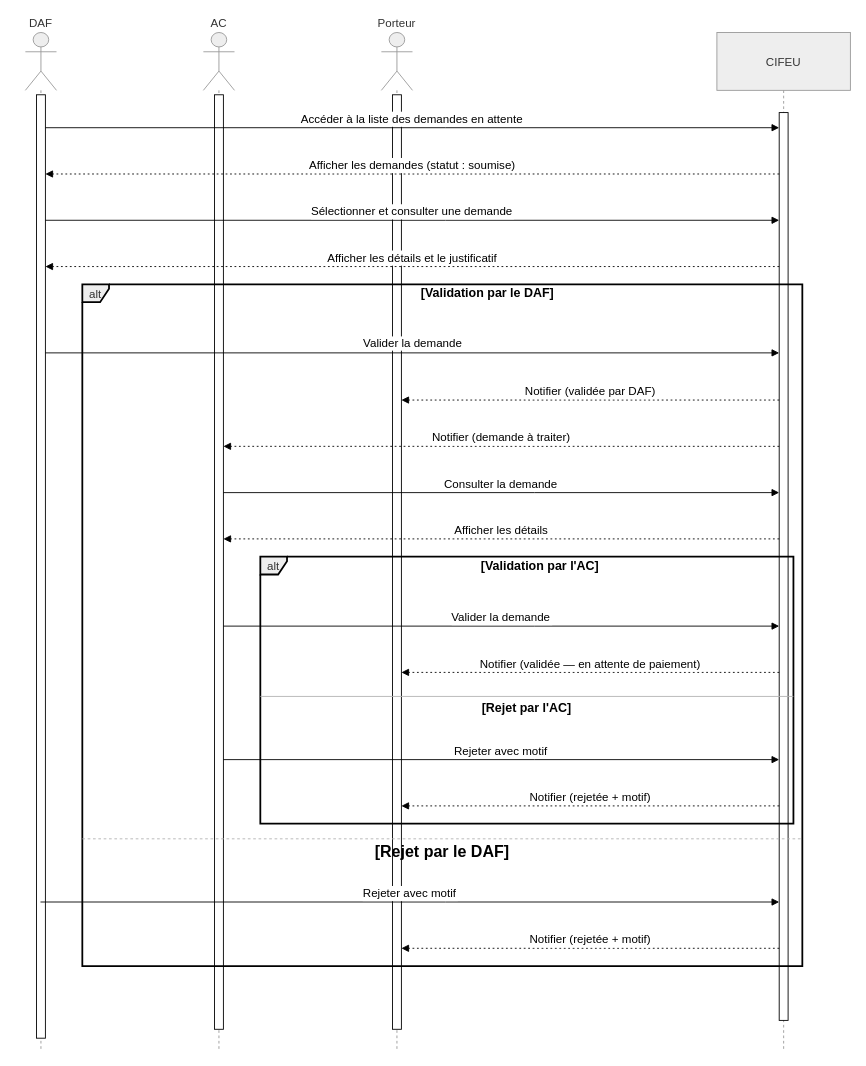
Above: rapport/graphe/sequence/Traiter une demande de dépense.drawio in CheickOuedraogo/stage (draw.io), before the change. Source tidied: cells renumbered, new cells numbered last; positions are measured from the earlier drawing's top-left corner, leaving out a move shared by most shapes. Both pictures are drawn from the tidied source at 89%, with x=0, y=0 at pixel (25, 32).
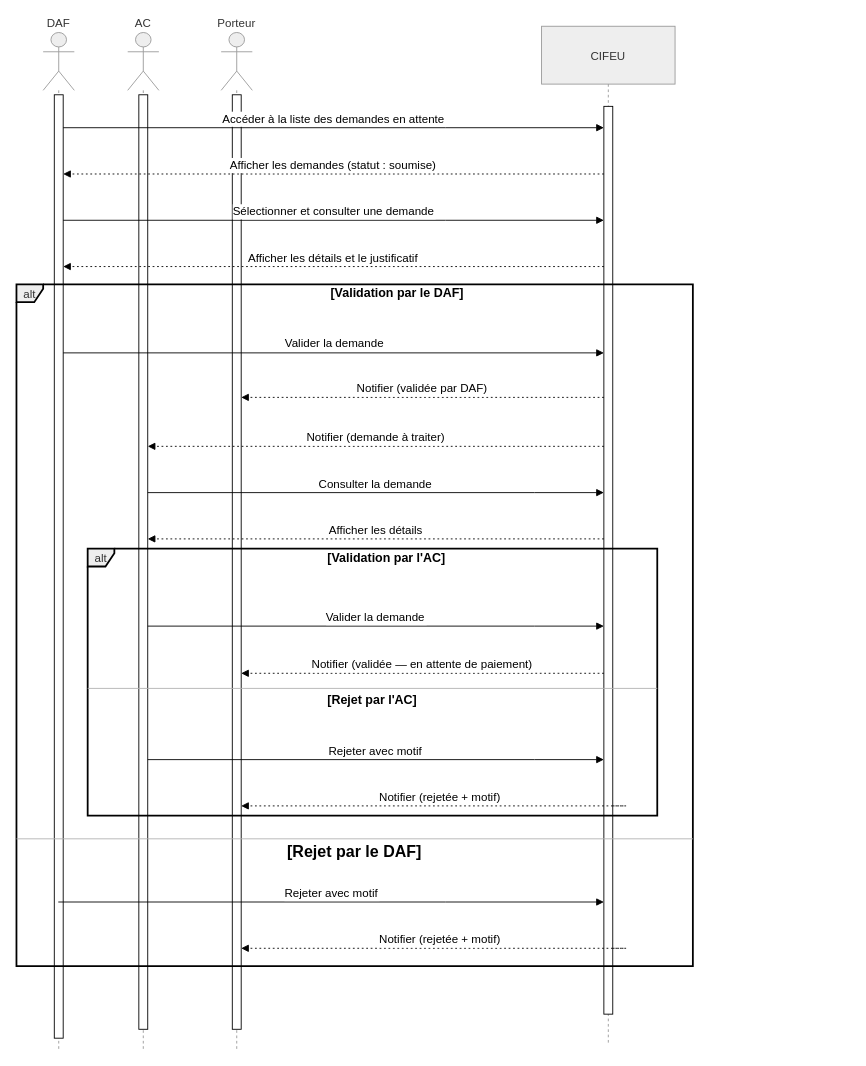
Above is the later version.

The change refers to these unchanged cells:
```xml
<mxCell id="3" style="html=1;points=[[0,0,0,0,5],[0,1,0,0,-5],[1,0,0,0,5],[1,1,0,0,-5]];perimeter=orthogonalPerimeter;outlineConnect=0;targetShapes=umlLifeline;portConstraint=eastwest;newEdgeStyle={&quot;curved&quot;:0,&quot;rounded&quot;:0};fontSize=13;" parent="2" vertex="1">
  <mxGeometry x="12.5" y="70" width="10" height="1060" as="geometry" />
</mxCell>
<mxCell id="7" style="html=1;points=[[0,0,0,0,5],[0,1,0,0,-5],[1,0,0,0,5],[1,1,0,0,-5]];perimeter=orthogonalPerimeter;outlineConnect=0;targetShapes=umlLifeline;portConstraint=eastwest;newEdgeStyle={&quot;curved&quot;:0,&quot;rounded&quot;:0};fontSize=13;" parent="6" vertex="1">
  <mxGeometry x="12.5" y="70" width="10" height="1050" as="geometry" />
</mxCell>
<mxCell id="9" style="html=1;points=[[0,0,0,0,5],[0,1,0,0,-5],[1,0,0,0,5],[1,1,0,0,-5]];perimeter=orthogonalPerimeter;outlineConnect=0;targetShapes=umlLifeline;portConstraint=eastwest;newEdgeStyle={&quot;curved&quot;:0,&quot;rounded&quot;:0};fontSize=13;" parent="8" vertex="1">
  <mxGeometry x="70" y="90" width="10" height="1020" as="geometry" />
</mxCell>
```

What changed in the source:
```diff
@@
     <mxCell id="2" value="DAF" style="shape=umlLifeline;perimeter=lifelinePerimeter;whiteSpace=wrap;outlineConnect=0;portConstraint=eastwest;newEdgeStyle={&quot;edgeStyle&quot;:&quot;elbowEdgeStyle&quot;,&quot;elbow&quot;:&quot;vertical&quot;,&quot;curved&quot;:0,&quot;rounded&quot;:0};participant=umlActor;verticalAlign=bottom;labelPosition=center;verticalLabelPosition=top;align=center;size=65;fillColor=light-dark(#eeeeee,#1f2020);strokeColor=light-dark(#999999,#cccccc);fontColor=light-dark(#333333,#cccccc);fontSize=13;" parent="1" vertex="1">
-      <mxGeometry width="35" height="1144" as="geometry" />
+      <mxGeometry x="20" width="35" height="1144" as="geometry" />
     </mxCell>
@@
     <mxCell id="4" value="AC" style="shape=umlLifeline;perimeter=lifelinePerimeter;whiteSpace=wrap;newEdgeStyle={&quot;edgeStyle&quot;:&quot;elbowEdgeStyle&quot;,&quot;elbow&quot;:&quot;vertical&quot;,&quot;curved&quot;:0,&quot;rounded&quot;:0};participant=umlActor;verticalAlign=bottom;labelPosition=center;verticalLabelPosition=top;align=center;size=65;fillColor=light-dark(#eeeeee,#1f2020);strokeColor=light-dark(#999999,#cccccc);fontColor=light-dark(#333333,#cccccc);fontSize=13;" parent="1" vertex="1">
-      <mxGeometry x="200" width="35" height="1144" as="geometry" />
+      <mxGeometry x="115" width="35" height="1144" as="geometry" />
     </mxCell>
@@
     <mxCell id="6" value="Porteur" style="shape=umlLifeline;perimeter=lifelinePerimeter;whiteSpace=wrap;newEdgeStyle={&quot;edgeStyle&quot;:&quot;elbowEdgeStyle&quot;,&quot;elbow&quot;:&quot;vertical&quot;,&quot;curved&quot;:0,&quot;rounded&quot;:0};participant=umlActor;verticalAlign=bottom;labelPosition=center;verticalLabelPosition=top;align=center;size=65;fillColor=light-dark(#eeeeee,#1f2020);strokeColor=light-dark(#999999,#cccccc);fontColor=light-dark(#333333,#cccccc);fontSize=13;" parent="1" vertex="1">
-      <mxGeometry x="400" width="35" height="1144" as="geometry" />
+      <mxGeometry x="220" width="35" height="1144" as="geometry" />
     </mxCell>
@@
     <mxCell id="8" value="CIFEU" style="shape=umlLifeline;perimeter=lifelinePerimeter;whiteSpace=wrap;newEdgeStyle={&quot;edgeStyle&quot;:&quot;elbowEdgeStyle&quot;,&quot;elbow&quot;:&quot;vertical&quot;,&quot;curved&quot;:0,&quot;rounded&quot;:0};size=65;fillColor=light-dark(#eeeeee,#1f2020);strokeColor=light-dark(#999999,#cccccc);fontColor=light-dark(#333333,#cccccc);fontSize=13;" parent="1" vertex="1">
-      <mxGeometry x="777" width="150" height="1144" as="geometry" />
+      <mxGeometry x="580" y="-7" width="150" height="1144" as="geometry" />
     </mxCell>
@@
     <mxCell id="10" value="alt" style="shape=umlFrame;strokeColor=#000000;height=20;width=30;fillColor=light-dark(#eeeeee,#1f2020);fontColor=light-dark(#333333,#cccccc);strokeWidth=2;fontSize=13;" parent="1" vertex="1">
-      <mxGeometry x="264" y="589" width="599" height="300" as="geometry" />
+      <mxGeometry x="70" y="580" width="640" height="300" as="geometry" />
     </mxCell>
     <mxCell id="11" value="[Validation par l'AC]" style="text;strokeColor=none;fillColor=none;align=center;verticalAlign=middle;whiteSpace=wrap;fontSize=14;fontStyle=1;" parent="10" vertex="1">
-      <mxGeometry x="30" width="569" height="20" as="geometry" />
+      <mxGeometry x="32.1" width="607.9" height="20" as="geometry" />
     </mxCell>
     <mxCell id="12" value="[Rejet par l'AC]" style="shape=line;whiteSpace=wrap;verticalAlign=top;labelPosition=center;verticalLabelPosition=middle;align=center;strokeColor=#B3B3B3;fontSize=14;fontStyle=1;" parent="10" vertex="1">
-      <mxGeometry y="155" width="599" height="4" as="geometry" />
+      <mxGeometry y="155" width="640" height="4" as="geometry" />
     </mxCell>
     <mxCell id="13" value="alt" style="shape=umlFrame;strokeColor=#000000;height=20;width=30;fillColor=light-dark(#eeeeee,#1f2020);fontColor=light-dark(#333333,#cccccc);strokeWidth=2;fontSize=13;" parent="1" vertex="1">
-      <mxGeometry x="64" y="283" width="809" height="766" as="geometry" />
+      <mxGeometry x="-10" y="283" width="760" height="766" as="geometry" />
     </mxCell>
     <mxCell id="14" value="[Validation par le DAF]" style="text;strokeColor=none;fillColor=none;align=center;verticalAlign=middle;whiteSpace=wrap;fontSize=14;fontStyle=1;" parent="13" vertex="1">
-      <mxGeometry x="66" width="779" height="20" as="geometry" />
+      <mxGeometry x="62" width="731.8" height="20" as="geometry" />
     </mxCell>
-    <mxCell id="15" value="[Rejet par le DAF]" style="shape=line;dashed=1;whiteSpace=wrap;verticalAlign=top;labelPosition=center;verticalLabelPosition=middle;align=center;strokeColor=#B3B3B3;fontSize=18;fontStyle=1;" parent="13" vertex="1">
-      <mxGeometry y="621" width="809" height="4" as="geometry" />
+    <mxCell id="15" value="[Rejet par le DAF]" style="shape=line;whiteSpace=wrap;verticalAlign=top;labelPosition=center;verticalLabelPosition=middle;align=center;strokeColor=#B3B3B3;fontSize=18;fontStyle=1;" parent="13" vertex="1">
+      <mxGeometry y="621" width="760" height="4" as="geometry" />
     </mxCell>
@@
     <mxCell id="20" value="Notifier (validée par DAF)" style="verticalAlign=bottom;edgeStyle=elbowEdgeStyle;elbow=vertical;curved=0;rounded=0;dashed=1;dashPattern=2 3;endArrow=block;fontSize=13;" parent="1" edge="1" source="9" target="7">
       <mxGeometry relative="1" as="geometry">
         <Array as="points">
-          <mxPoint x="675" y="413" />
+          <mxPoint x="580" y="410" />
         </Array>
       </mxGeometry>
     </mxCell>
@@
     <mxCell id="25" value="Notifier (validée — en attente de paiement)" style="verticalAlign=bottom;edgeStyle=elbowEdgeStyle;elbow=vertical;curved=0;rounded=0;dashed=1;dashPattern=2 3;endArrow=block;fontSize=13;" parent="1" edge="1" source="9" target="7">
       <mxGeometry relative="1" as="geometry">
         <Array as="points">
-          <mxPoint x="675" y="719" />
+          <mxPoint x="630" y="720" />
         </Array>
       </mxGeometry>
     </mxCell>
@@
-    <mxCell id="30" value="&lt;span style=&quot;font-size: 13px;&quot;&gt;Valider la demande&lt;/span&gt;" style="html=1;verticalAlign=bottom;endArrow=block;curved=0;rounded=0;" parent="1" edge="1" target="9">
+    <mxCell id="30" value="&lt;span style=&quot;font-size: 13px;&quot;&gt;Valider la demande&lt;/span&gt;" style="html=1;verticalAlign=bottom;endArrow=block;curved=0;rounded=0;" parent="1" edge="1" source="3">
       <mxGeometry relative="1" as="geometry">
-        <mxPoint x="22.5" y="360" as="sourcePoint" />
+        <mxPoint x="650" y="360" as="targetPoint" />
       </mxGeometry>
     </mxCell>
```
